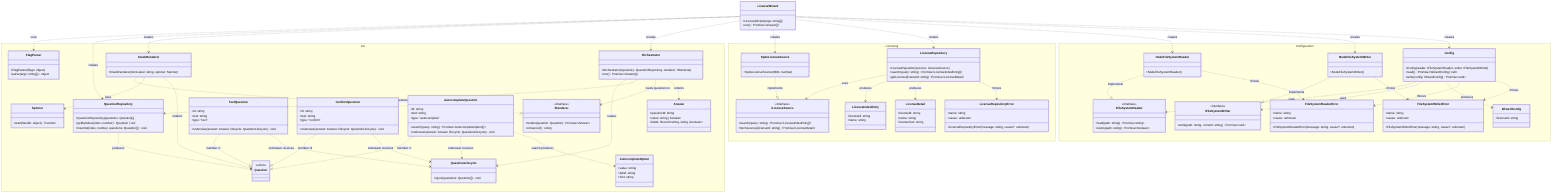
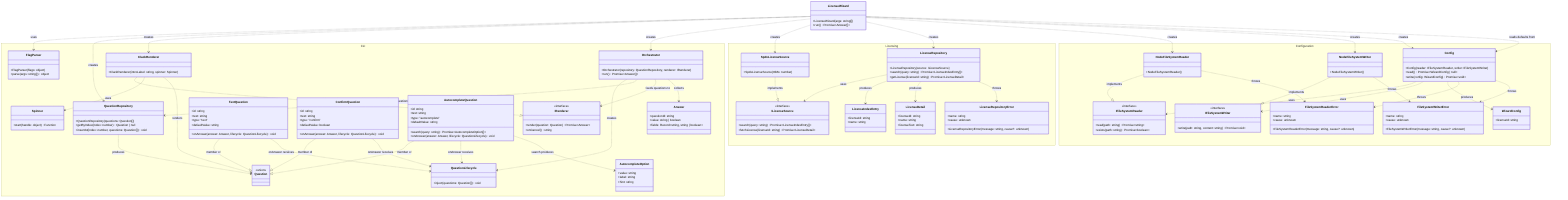
classDiagram
  direction TB

  class LicenseWizard {
    +LicenseWizard(args: string[])
    +run() Promise~Answer[]~
  }

  namespace CLI {
    class FlagParser {
      +FlagParser(flags: object)
      +parse(args: string[]) object
    }

    class Orchestrator {
      +Orchestrator(repository: QuestionRepository, renderer: IRenderer)
      +run() Promise~Answer[]~
    }

    class IRenderer {
      <<interface>>
      +render(question: Question) Promise~Answer~
      +onCancel() string
    }

    class ClackRenderer {
      +ClackRenderer(introLabel: string, spinner: Spinner)
    }

    class Spinner {
      +start(handle: object) Function
    }

    class QuestionRepository {
      +QuestionRepository(questions: Question[])
      +getByIndex(index: number) Question | null
      +insertAt(index: number, questions: Question[]) void
    }

    class QuestionLifecycle {
      +inject(questions: Question[]) void
    }

    class Question {
      <<union>>
    }

    class TextQuestion {
      +id: string
      +text: string
      +type: "text"
+       +defaultValue: string
      +onAnswer(answer: Answer, lifecycle: QuestionLifecycle) void
    }

    class ConfirmQuestion {
      +id: string
      +text: string
      +type: "confirm"
+       +defaultValue: boolean
      +onAnswer(answer: Answer, lifecycle: QuestionLifecycle) void
    }

    class AutocompleteQuestion {
      +id: string
      +text: string
      +type: "autocomplete"
+       +defaultValue: string
      +search(query: string) Promise~AutocompleteOption[]~
      +onAnswer(answer: Answer, lifecycle: QuestionLifecycle) void
    }

    class AutocompleteOption {
      +value: string
      +label: string
      +hint: string
    }

    class Answer {
      +questionId: string
      +value: string | boolean
      +fields: Record~string, string | boolean~
    }
  }

  namespace Licensing {
    class LicenseRepository {
      +LicenseRepository(source: ILicenseSource)
      +search(query: string) Promise~LicenseIndexEntry[]~
      +getLicense(licenseId: string) Promise~LicenseDetail~
    }

    class LicenseRepositoryError {
      +name: string
      +cause: unknown
      +LicenseRepositoryError(message: string, cause?: unknown)
    }

    class ILicenseSource {
      <<interface>>
      +search(query: string) Promise~LicenseIndexEntry[]~
      +fetchLicense(licenseId: string) Promise~LicenseDetail~
    }

    class SpdxLicenseSource {
      +SpdxLicenseSource(ttlMs: number)
    }

    class LicenseIndexEntry {
      +licenseId: string
      +name: string
    }

    class LicenseDetail {
      +licenseId: string
      +name: string
      +licenseText: string
    }
  }

  namespace Configuration {
    class IFileSystemReader {
      <<interface>>
      +read(path: string) Promise~string~
      +exists(path: string) Promise~boolean~
    }

    class IFileSystemWriter {
      <<interface>>
      +write(path: string, content: string) Promise~void~
    }

    class NodeFileSystemReader {
      +NodeFileSystemReader()
    }

    class NodeFileSystemWriter {
      +NodeFileSystemWriter()
    }

    class FileSystemReaderError {
      +name: string
      +cause: unknown
      +FileSystemReaderError(message: string, cause?: unknown)
    }

    class FileSystemWriterError {
      +name: string
      +cause: unknown
      +FileSystemWriterError(message: string, cause?: unknown)
    }

    class WizardConfig {
      +licenseId: string
    }

    class Config {
      +Config(reader: IFileSystemReader, writer: IFileSystemWriter)
      +read() Promise~WizardConfig | null~
      +write(config: WizardConfig) Promise~void~
    }
  }

  TextQuestion ..|> Question : member of
  ConfirmQuestion ..|> Question : member of
  AutocompleteQuestion ..|> Question : member of
  TextQuestion ..> QuestionLifecycle : onAnswer receives
  ConfirmQuestion ..> QuestionLifecycle : onAnswer receives
  AutocompleteQuestion ..> QuestionLifecycle : onAnswer receives
  Orchestrator ..> QuestionLifecycle : creates
  ClackRenderer ..|> IRenderer : implements
  ClackRenderer ..> Spinner : uses
  LicenseWizard ..> FlagParser : uses
  LicenseWizard ..> QuestionRepository : creates
  LicenseWizard ..> ClackRenderer : creates
  LicenseWizard ..> Orchestrator : creates
  LicenseWizard ..> SpdxLicenseSource : creates
  LicenseWizard ..> LicenseRepository : creates
  Orchestrator ..> QuestionRepository : gets questions from
  Orchestrator ..> IRenderer : feeds questions to
  ClackRenderer ..> Question : renders
  QuestionRepository ..> Question : produces
  AutocompleteQuestion ..> AutocompleteOption : search produces
  Orchestrator ..> Answer : collects
  SpdxLicenseSource ..|> ILicenseSource : implements
  LicenseRepository ..> ILicenseSource : uses
  LicenseRepository ..> LicenseIndexEntry : produces
  LicenseRepository ..> LicenseDetail : produces
  LicenseRepository ..> LicenseRepositoryError : throws
  NodeFileSystemReader ..|> IFileSystemReader : implements
  NodeFileSystemWriter ..|> IFileSystemWriter : implements
  NodeFileSystemReader ..> FileSystemReaderError : throws
  NodeFileSystemWriter ..> FileSystemWriterError : throws
  Config ..> IFileSystemReader : uses
  Config ..> IFileSystemWriter : uses
  Config ..> WizardConfig : produces
  Config ..> FileSystemReaderError : throws
  Config ..> FileSystemWriterError : throws
  LicenseWizard ..> NodeFileSystemReader : creates
  LicenseWizard ..> NodeFileSystemWriter : creates
  LicenseWizard ..> Config : creates
+   LicenseWizard ..> Config : reads defaults from
